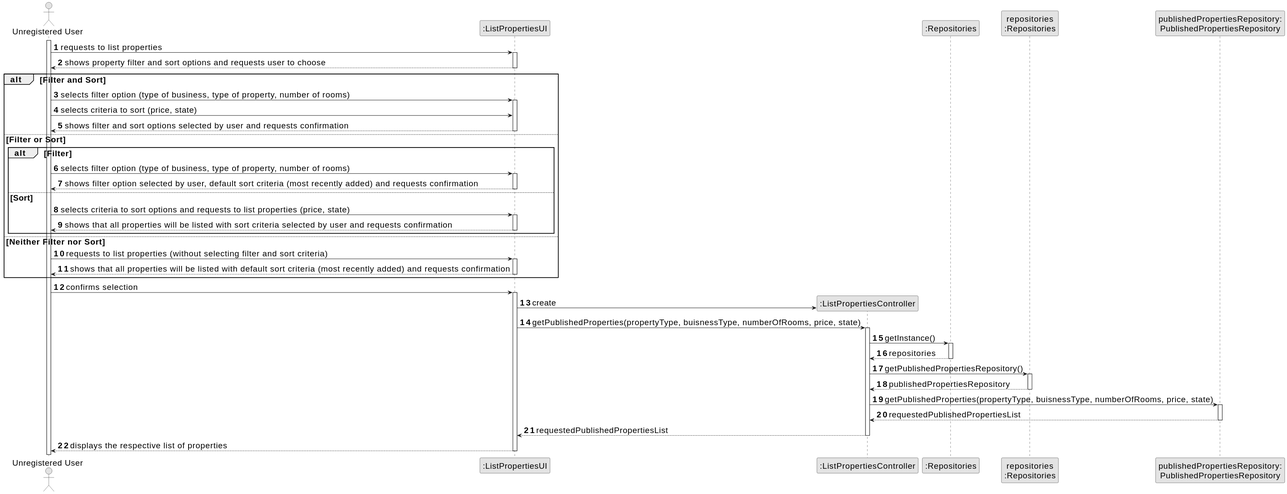
Goncalves2525/real-estate-management-system keeps this PlantUML diagram as docs/sprintB/us001/03.design/svg/us001-sequence-diagram-full.svg. Above is the earlier version. The source it was exported from:
```plantuml
@startuml
skinparamlocked defaultFontSize 20
skinparam monochrome true
skinparam packageStyle rectangle
skinparam shadowing false

autonumber

actor "Unregistered User" as uUser
participant ":ListPropertiesUI" as UI
participant ":ListPropertiesController" as CTRL
participant ":Repositories" as REPOS
participant "repositories\n:Repositories" as repos
participant "publishedPropertiesRepository:\nPublishedPropertiesRepository" as PublishedPropertiesRepository

activate uUser

            uUser -> UI : requests to list properties
            activate UI


            UI --> uUser : shows property filter and sort options and requests user to choose

            deactivate UI


            alt Filter and Sort

                uUser -> UI : selects filter option (type of business, type of property, number of rooms)
                activate UI

                uUser -> UI : selects criteria to sort (price, state)
                deactivate PublishedPropertiesRepository


                UI --> uUser : shows filter and sort options selected by user and requests confirmation
                deactivate UI

            else Filter or Sort

                alt Filter
                    uUser -> UI : selects filter option (type of business, type of property, number of rooms)
                    activate UI

                    UI --> uUser: shows filter option selected by user, default sort criteria (most recently added) and requests confirmation
                    deactivate UI

                else Sort
                    uUser -> UI: selects criteria to sort options and requests to list properties (price, state)
                    activate UI

                    UI --> uUser : shows that all properties will be listed with sort criteria selected by user and requests confirmation
                    deactivate UI
                end

            else Neither Filter nor Sort
                uUser -> UI : requests to list properties (without selecting filter and sort criteria)
                activate UI

                UI --> uUser : shows that all properties will be listed with default sort criteria (most recently added) and requests confirmation
                deactivate UI

            end

            uUser -> UI : confirms selection
            activate UI

            UI -> CTRL** : create
            UI -> CTRL : getPublishedProperties(propertyType, buisnessType, numberOfRooms, price, state)

            activate CTRL

            CTRL -> REPOS : getInstance()
            activate REPOS

            REPOS --> CTRL: repositories
            deactivate REPOS

            CTRL -> repos : getPublishedPropertiesRepository()
            activate repos

            repos --> CTRL: publishedPropertiesRepository
            deactivate repos

            CTRL -> PublishedPropertiesRepository : getPublishedProperties(propertyType, buisnessType, numberOfRooms, price, state)
            activate PublishedPropertiesRepository

            PublishedPropertiesRepository --> CTRL : requestedPublishedPropertiesList
            deactivate PublishedPropertiesRepository

            CTRL --> UI : requestedPublishedPropertiesList
            deactivate CTRL

            UI --> uUser : displays the respective list of properties
            deactivate UI
@enduml
```
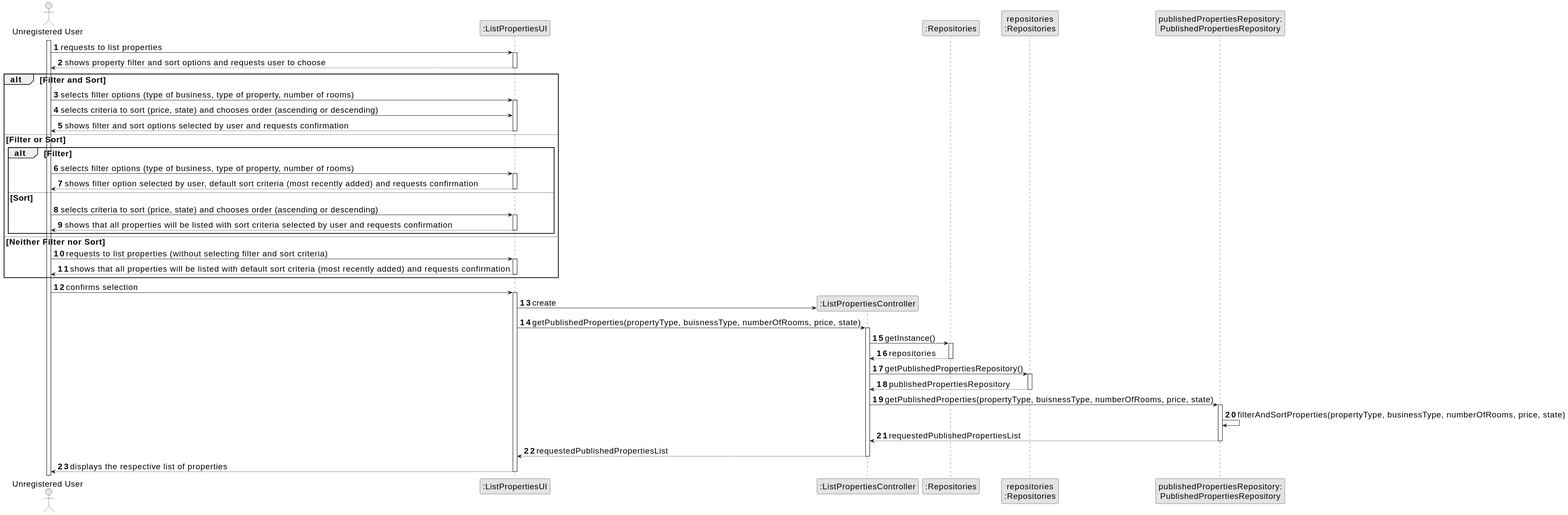
Later version of the same file.

Change to the diagram source:
```diff
@@ -18,7 +18,6 @@
             uUser -> UI : requests to list properties
             activate UI
 
-
             UI --> uUser : shows property filter and sort options and requests user to choose
 
             deactivate UI
@@ -26,10 +25,10 @@
 
             alt Filter and Sort
 
-                uUser -> UI : selects filter option (type of business, type of property, number of rooms)
+                uUser -> UI : selects filter options (type of business, type of property, number of rooms)
                 activate UI
 
-                uUser -> UI : selects criteria to sort (price, state)
+                uUser -> UI : selects criteria to sort (price, state) and chooses order (ascending or descending)
                 deactivate PublishedPropertiesRepository
 
 
@@ -39,14 +38,14 @@
             else Filter or Sort
 
                 alt Filter
-                    uUser -> UI : selects filter option (type of business, type of property, number of rooms)
+                    uUser -> UI : selects filter options (type of business, type of property, number of rooms)
                     activate UI
 
                     UI --> uUser: shows filter option selected by user, default sort criteria (most recently added) and requests confirmation
                     deactivate UI
 
                 else Sort
-                    uUser -> UI: selects criteria to sort options and requests to list properties (price, state)
+                    uUser -> UI: selects criteria to sort (price, state) and chooses order (ascending or descending)
                     activate UI
 
                     UI --> uUser : shows that all properties will be listed with sort criteria selected by user and requests confirmation
@@ -85,6 +84,8 @@
             CTRL -> PublishedPropertiesRepository : getPublishedProperties(propertyType, buisnessType, numberOfRooms, price, state)
             activate PublishedPropertiesRepository
 
+            PublishedPropertiesRepository -> PublishedPropertiesRepository : filterAndSortProperties(propertyType, businessType, numberOfRooms, price, state)
+
             PublishedPropertiesRepository --> CTRL : requestedPublishedPropertiesList
             deactivate PublishedPropertiesRepository
 
```
